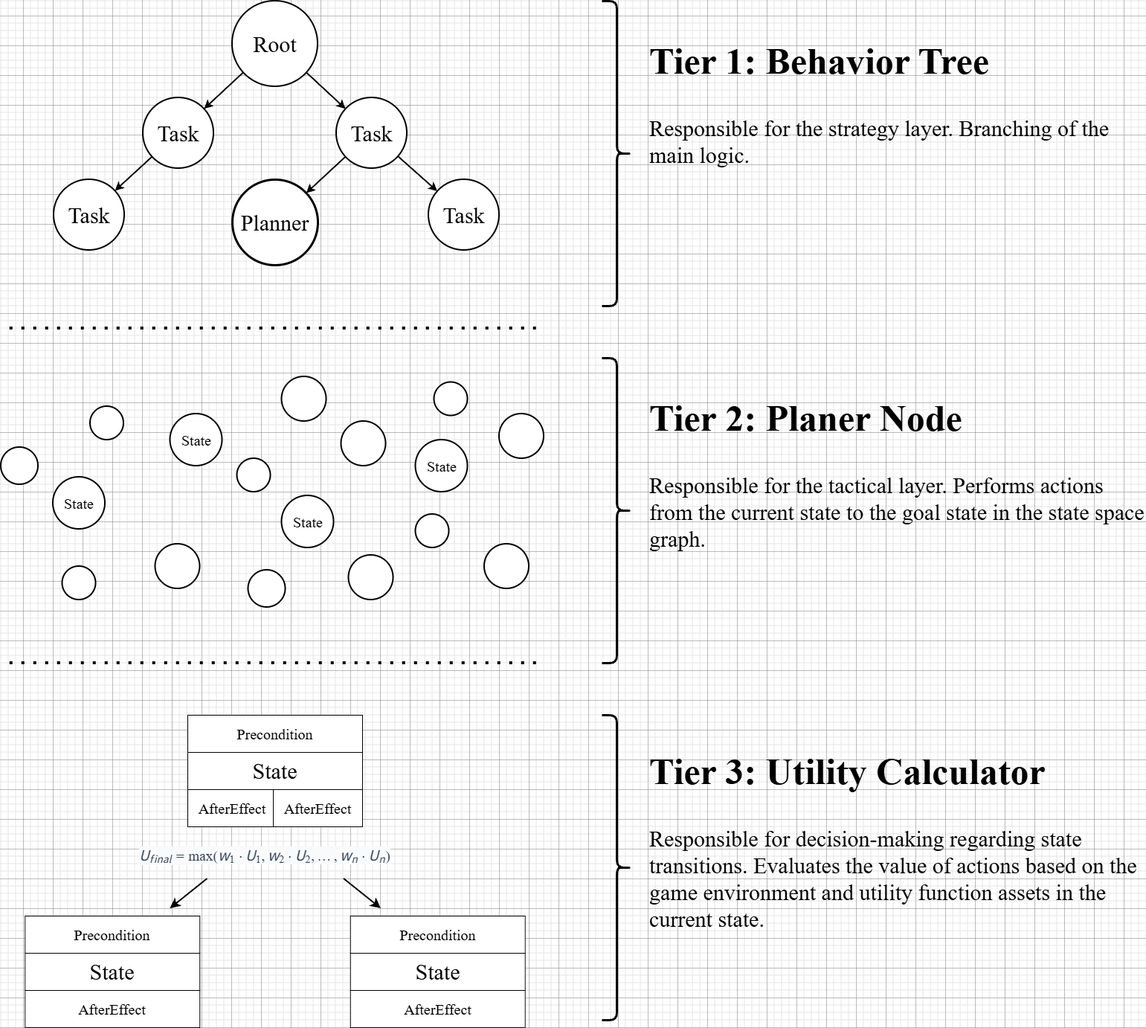
Hongyoosung/Hongyoosung.github.io keeps this draw.io diagram as static/images/project2/main.png. Above is the earlier version. Source tidied: cells renumbered, new cells last; positions are measured from the earlier drawing's top-left corner, leaving out a move shared by most shapes.
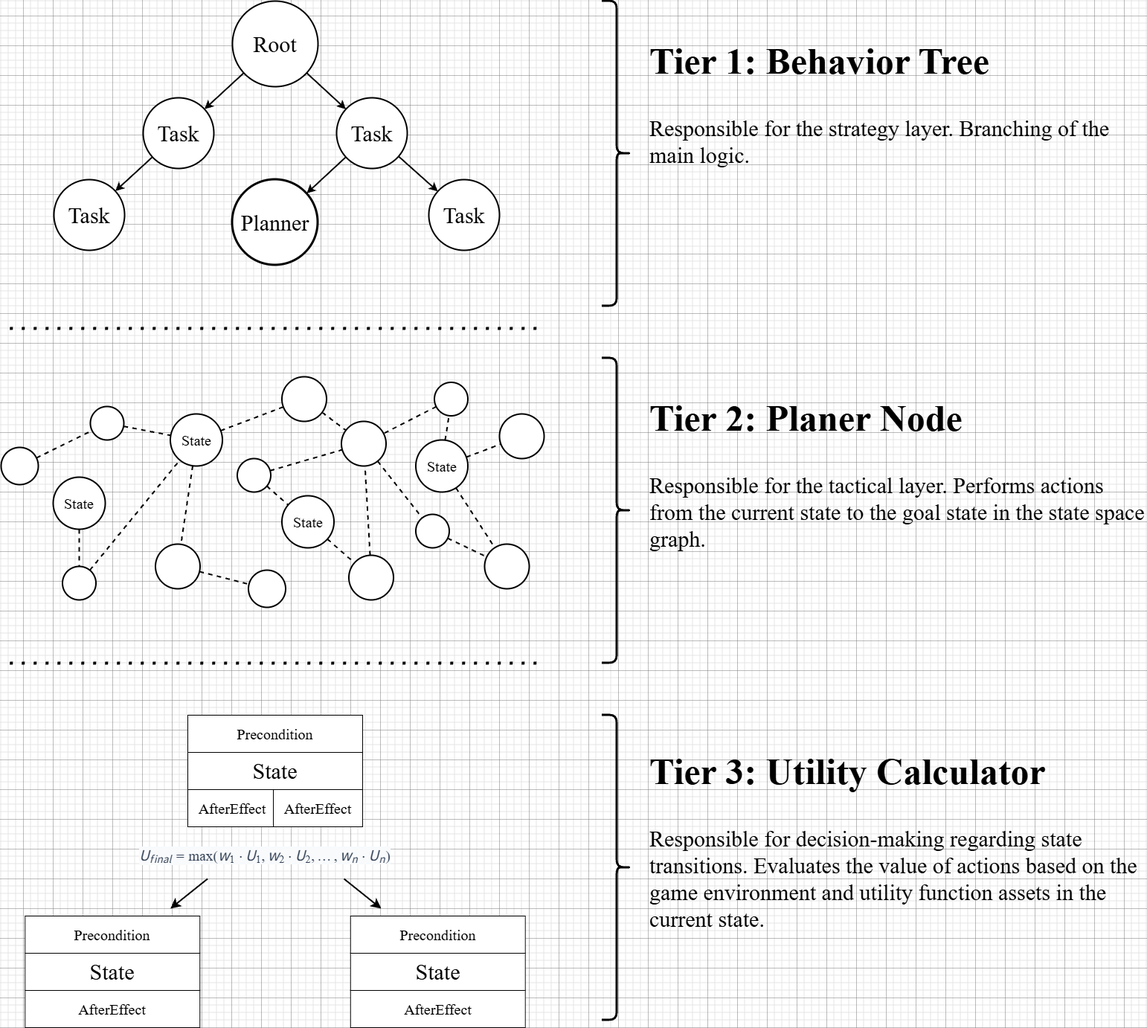
Later version of the same file.

Diff of the diagram source:
```diff
@@ -160,5 +160,59 @@
         <mxPoint x="227.5" y="1220" as="targetPoint" />
       </mxGeometry>
     </mxCell>
+    <mxCell id="51" style="endArrow=none;dashed=1;html=1;rounded=0;strokeWidth=2;" parent="1" edge="1" source="28" target="27">
+      <mxGeometry relative="1" as="geometry" />
+    </mxCell>
+    <mxCell id="52" style="endArrow=none;dashed=1;html=1;rounded=0;strokeWidth=2;" parent="1" edge="1" source="23" target="29">
+      <mxGeometry relative="1" as="geometry" />
+    </mxCell>
+    <mxCell id="53" style="endArrow=none;dashed=1;html=1;rounded=0;strokeWidth=2;" parent="1" edge="1" source="29" target="21">
+      <mxGeometry relative="1" as="geometry" />
+    </mxCell>
+    <mxCell id="54" style="endArrow=none;dashed=1;html=1;rounded=0;strokeWidth=2;" parent="1" edge="1" source="27" target="21">
+      <mxGeometry relative="1" as="geometry" />
+    </mxCell>
+    <mxCell id="55" style="endArrow=none;dashed=1;html=1;rounded=0;strokeWidth=2;" parent="1" edge="1" source="21" target="20">
+      <mxGeometry relative="1" as="geometry" />
+    </mxCell>
+    <mxCell id="56" style="endArrow=none;dashed=1;html=1;rounded=0;strokeWidth=2;" parent="1" edge="1" source="11" target="12">
+      <mxGeometry relative="1" as="geometry" />
+    </mxCell>
+    <mxCell id="57" style="endArrow=none;dashed=1;html=1;rounded=0;strokeWidth=2;" parent="1" edge="1" source="20" target="14">
+      <mxGeometry relative="1" as="geometry" />
+    </mxCell>
+    <mxCell id="58" style="endArrow=none;dashed=1;html=1;rounded=0;strokeWidth=2;" parent="1" edge="1" source="21" target="22">
+      <mxGeometry relative="1" as="geometry" />
+    </mxCell>
+    <mxCell id="59" style="endArrow=none;dashed=1;html=1;rounded=0;strokeWidth=2;" parent="1" edge="1" source="11" target="13">
+      <mxGeometry relative="1" as="geometry" />
+    </mxCell>
+    <mxCell id="60" style="endArrow=none;dashed=1;html=1;rounded=0;strokeWidth=2;" parent="1" edge="1" source="12" target="16">
+      <mxGeometry relative="1" as="geometry" />
+    </mxCell>
+    <mxCell id="61" style="endArrow=none;dashed=1;html=1;rounded=0;strokeWidth=2;" parent="1" edge="1" source="22" target="13">
+      <mxGeometry relative="1" as="geometry" />
+    </mxCell>
+    <mxCell id="62" style="endArrow=none;dashed=1;html=1;rounded=0;strokeWidth=2;" parent="1" edge="1" source="15" target="24">
+      <mxGeometry relative="1" as="geometry" />
+    </mxCell>
+    <mxCell id="63" style="endArrow=none;dashed=1;html=1;rounded=0;strokeWidth=2;" parent="1" edge="1" source="15" target="26">
+      <mxGeometry relative="1" as="geometry" />
+    </mxCell>
+    <mxCell id="64" style="endArrow=none;dashed=1;html=1;rounded=0;strokeWidth=2;" parent="1" edge="1" source="15" target="25">
+      <mxGeometry relative="1" as="geometry" />
+    </mxCell>
+    <mxCell id="65" style="endArrow=none;dashed=1;html=1;rounded=0;strokeWidth=2;" parent="1" edge="1" source="17" target="25">
+      <mxGeometry relative="1" as="geometry" />
+    </mxCell>
+    <mxCell id="66" style="endArrow=none;dashed=1;html=1;rounded=0;strokeWidth=2;" parent="1" edge="1" source="16" target="13">
+      <mxGeometry relative="1" as="geometry" />
+    </mxCell>
+    <mxCell id="67" style="endArrow=none;dashed=1;html=1;rounded=0;strokeWidth=2;" parent="1" edge="1" source="13" target="17">
+      <mxGeometry relative="1" as="geometry" />
+    </mxCell>
+    <mxCell id="68" style="endArrow=none;dashed=1;html=1;rounded=0;strokeWidth=2;" parent="1" edge="1" source="24" target="13">
+      <mxGeometry relative="1" as="geometry" />
+    </mxCell>
   </root>
 </mxGraphModel>
```
